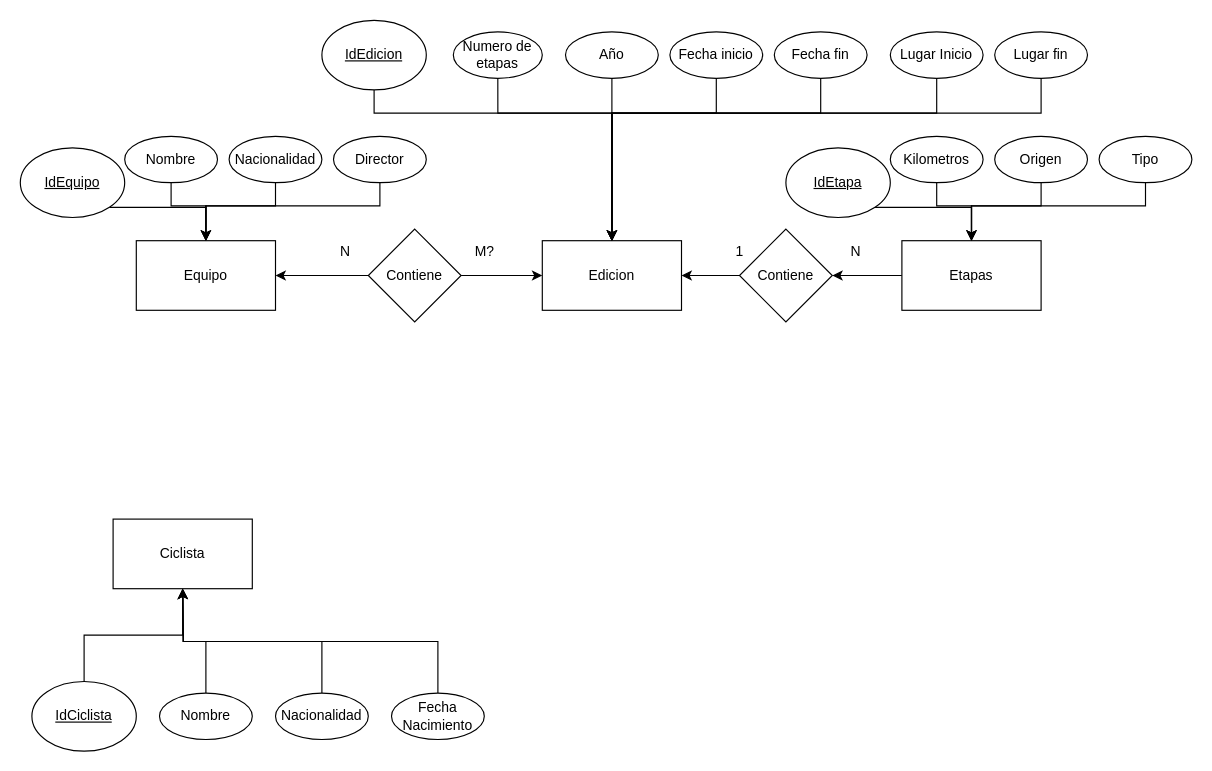
vnavacar/warm-up keeps this draw.io diagram as basesdedatos2.drawio. Above is the earlier version. Source tidied: cells renumbered, new cells numbered last; positions are measured from the earlier drawing's top-left corner, leaving out a move shared by most shapes. Both pictures are drawn from the tidied source at 116%, with x=0, y=0 at pixel (20, 20).
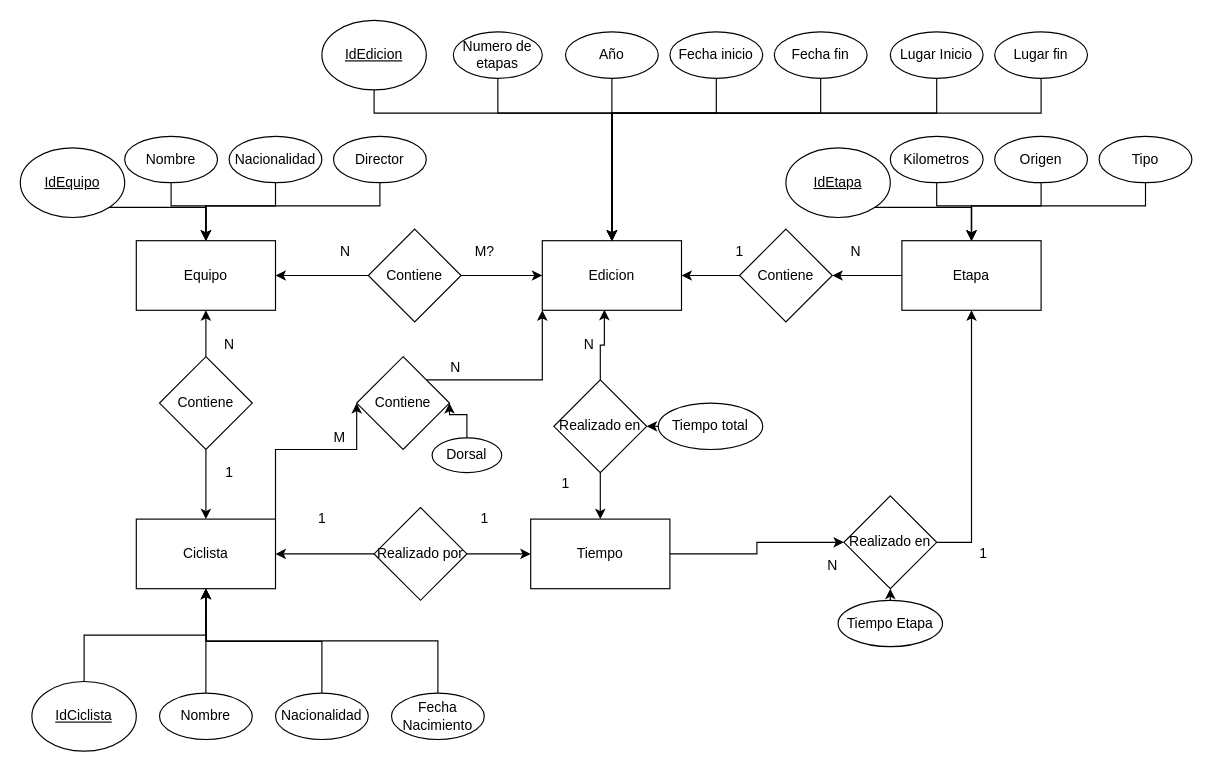
Above is the later version.

Unchanged cells that the change refers to:
```xml
<mxCell id="2" value="Edicion" style="whiteSpace=wrap;html=1;" parent="1" vertex="1">
  <mxGeometry x="450" y="190" width="120" height="60" as="geometry" />
</mxCell>
<mxCell id="31" value="Equipo" style="rounded=0;whiteSpace=wrap;html=1;" parent="1" vertex="1">
  <mxGeometry x="100" y="190" width="120" height="60" as="geometry" />
</mxCell>
<mxCell id="49" value="Nombre" style="ellipse;whiteSpace=wrap;html=1;" parent="1" vertex="1">
  <mxGeometry x="120" y="580" width="80" height="40" as="geometry" />
</mxCell>
<mxCell id="51" value="Nacionalidad" style="ellipse;whiteSpace=wrap;html=1;" parent="1" vertex="1">
  <mxGeometry x="220" y="580" width="80" height="40" as="geometry" />
</mxCell>
<mxCell id="53" value="Fecha Nacimiento" style="ellipse;whiteSpace=wrap;html=1;" parent="1" vertex="1">
  <mxGeometry x="320" y="580" width="80" height="40" as="geometry" />
</mxCell>
```

Diff of the diagram source:
```diff
@@
-    <mxCell id="18" value="Etapas" style="rounded=0;whiteSpace=wrap;html=1;" parent="1" vertex="1">
+    <mxCell id="18" value="Etapa" style="rounded=0;whiteSpace=wrap;html=1;" parent="1" vertex="1">
       <mxGeometry x="760" y="190" width="120" height="60" as="geometry" />
     </mxCell>
@@
+    <mxCell id="54" style="edgeStyle=orthogonalEdgeStyle;rounded=0;jettySize=auto;html=1;exitX=1;exitY=0;exitDx=0;exitDy=0;entryX=0;entryY=0.5;entryDx=0;entryDy=0;" parent="1" edge="1" source="45" target="84">
+      <mxGeometry relative="1" as="geometry">
+        <Array as="points">
+          <mxPoint x="220" y="370" />
+          <mxPoint x="290" y="370" />
+        </Array>
+      </mxGeometry>
+    </mxCell>
     <mxCell id="45" value="Ciclista" style="rounded=0;whiteSpace=wrap;html=1;" parent="1" vertex="1">
-      <mxGeometry x="80" y="430" width="120" height="60" as="geometry" />
+      <mxGeometry x="100" y="430" width="120" height="60" as="geometry" />
     </mxCell>
@@
-    <mxCell id="48" style="edgeStyle=orthogonalEdgeStyle;rounded=0;jettySize=auto;html=1;exitX=0.5;exitY=0;exitDx=0;exitDy=0;" parent="1" edge="1" source="49">
-      <mxGeometry relative="1" as="geometry">
-        <mxPoint x="140" y="490" as="targetPoint" />
-      </mxGeometry>
-    </mxCell>
+    <mxCell id="55" style="edgeStyle=orthogonalEdgeStyle;rounded=0;jettySize=auto;html=1;exitX=0.5;exitY=0;exitDx=0;exitDy=0;entryX=0.5;entryY=1;entryDx=0;entryDy=0;" parent="1" edge="1" source="49" target="45">
+      <mxGeometry relative="1" as="geometry" />
+    </mxCell>
@@
-    <mxCell id="50" style="edgeStyle=orthogonalEdgeStyle;rounded=0;jettySize=auto;html=1;exitX=0.5;exitY=0;exitDx=0;exitDy=0;" parent="1" edge="1" source="51">
-      <mxGeometry relative="1" as="geometry">
-        <mxPoint x="140" y="490" as="targetPoint" />
-      </mxGeometry>
-    </mxCell>
+    <mxCell id="56" style="edgeStyle=orthogonalEdgeStyle;rounded=0;jettySize=auto;html=1;exitX=0.5;exitY=0;exitDx=0;exitDy=0;" parent="1" edge="1" source="51">
+      <mxGeometry relative="1" as="geometry">
+        <mxPoint x="160" y="490" as="targetPoint" />
+      </mxGeometry>
+    </mxCell>
@@
-    <mxCell id="52" style="edgeStyle=orthogonalEdgeStyle;rounded=0;jettySize=auto;html=1;exitX=0.5;exitY=0;exitDx=0;exitDy=0;" parent="1" edge="1" source="53">
-      <mxGeometry relative="1" as="geometry">
-        <mxPoint x="140" y="490" as="targetPoint" />
-      </mxGeometry>
-    </mxCell>
+    <mxCell id="57" style="edgeStyle=orthogonalEdgeStyle;rounded=0;jettySize=auto;html=1;exitX=0.5;exitY=0;exitDx=0;exitDy=0;entryX=0.5;entryY=1;entryDx=0;entryDy=0;" parent="1" edge="1" source="53" target="45">
+      <mxGeometry relative="1" as="geometry" />
+    </mxCell>
@@
+    <mxCell id="58" style="edgeStyle=orthogonalEdgeStyle;rounded=0;jettySize=auto;html=1;exitX=0.5;exitY=1;exitDx=0;exitDy=0;entryX=0.5;entryY=0;entryDx=0;entryDy=0;" parent="1" edge="1" source="60" target="45">
+      <mxGeometry relative="1" as="geometry" />
+    </mxCell>
+    <mxCell id="59" style="edgeStyle=orthogonalEdgeStyle;rounded=0;jettySize=auto;html=1;exitX=0.5;exitY=0;exitDx=0;exitDy=0;entryX=0.5;entryY=1;entryDx=0;entryDy=0;" parent="1" edge="1" source="60" target="31">
+      <mxGeometry relative="1" as="geometry" />
+    </mxCell>
+    <mxCell id="60" value="Contiene" style="rhombus;whiteSpace=wrap;html=1;" parent="1" vertex="1">
+      <mxGeometry x="120" y="290" width="80" height="80" as="geometry" />
+    </mxCell>
+    <mxCell id="61" value="1" style="text;html=1;align=center;verticalAlign=middle;strokeColor=none;fillColor=none;" parent="1" vertex="1">
+      <mxGeometry x="170" y="380" width="20" height="20" as="geometry" />
+    </mxCell>
+    <mxCell id="62" value="N" style="text;html=1;align=center;verticalAlign=middle;strokeColor=none;fillColor=none;" parent="1" vertex="1">
+      <mxGeometry x="170" y="270" width="20" height="20" as="geometry" />
+    </mxCell>
+    <mxCell id="63" style="edgeStyle=orthogonalEdgeStyle;rounded=0;jettySize=auto;html=1;exitX=1;exitY=0.5;exitDx=0;exitDy=0;entryX=0;entryY=0.5;entryDx=0;entryDy=0;" parent="1" edge="1" source="64" target="76">
+      <mxGeometry relative="1" as="geometry" />
+    </mxCell>
+    <mxCell id="64" value="Tiempo" style="whiteSpace=wrap;html=1;" parent="1" vertex="1">
+      <mxGeometry x="440" y="430" width="120" height="60" as="geometry" />
+    </mxCell>
+    <mxCell id="65" style="edgeStyle=orthogonalEdgeStyle;rounded=0;jettySize=auto;html=1;exitX=0.5;exitY=1;exitDx=0;exitDy=0;entryX=0.5;entryY=0;entryDx=0;entryDy=0;" parent="1" edge="1" source="67" target="64">
+      <mxGeometry relative="1" as="geometry" />
+    </mxCell>
+    <mxCell id="66" style="edgeStyle=orthogonalEdgeStyle;rounded=0;jettySize=auto;html=1;exitX=0.5;exitY=0;exitDx=0;exitDy=0;entryX=0.446;entryY=0.992;entryDx=0;entryDy=0;entryPerimeter=0;" parent="1" edge="1" source="67" target="2">
+      <mxGeometry relative="1" as="geometry" />
+    </mxCell>
+    <mxCell id="67" value="Realizado en" style="rhombus;whiteSpace=wrap;html=1;" parent="1" vertex="1">
+      <mxGeometry x="460" y="310" width="80" height="80" as="geometry" />
+    </mxCell>
+    <mxCell id="68" style="edgeStyle=orthogonalEdgeStyle;rounded=0;jettySize=auto;html=1;exitX=1;exitY=0.5;exitDx=0;exitDy=0;entryX=0;entryY=0.5;entryDx=0;entryDy=0;" parent="1" edge="1" source="70" target="64">
+      <mxGeometry relative="1" as="geometry" />
+    </mxCell>
+    <mxCell id="69" style="edgeStyle=orthogonalEdgeStyle;rounded=0;jettySize=auto;html=1;exitX=0;exitY=0.5;exitDx=0;exitDy=0;entryX=1;entryY=0.5;entryDx=0;entryDy=0;" parent="1" edge="1" source="70" target="45">
+      <mxGeometry relative="1" as="geometry" />
+    </mxCell>
+    <mxCell id="70" value="Realizado por" style="rhombus;whiteSpace=wrap;html=1;" parent="1" vertex="1">
+      <mxGeometry x="305" y="420" width="80" height="80" as="geometry" />
+    </mxCell>
+    <mxCell id="71" value="1" style="text;html=1;align=center;verticalAlign=middle;strokeColor=none;fillColor=none;" parent="1" vertex="1">
+      <mxGeometry x="390" y="420" width="20" height="20" as="geometry" />
+    </mxCell>
+    <mxCell id="72" value="1" style="text;html=1;align=center;verticalAlign=middle;strokeColor=none;fillColor=none;" parent="1" vertex="1">
+      <mxGeometry x="460" y="390" width="20" height="20" as="geometry" />
+    </mxCell>
+    <mxCell id="73" value="N" style="text;html=1;align=center;verticalAlign=middle;strokeColor=none;fillColor=none;" parent="1" vertex="1">
+      <mxGeometry x="480" y="270" width="20" height="20" as="geometry" />
+    </mxCell>
+    <mxCell id="74" value="1" style="text;html=1;align=center;verticalAlign=middle;strokeColor=none;fillColor=none;" parent="1" vertex="1">
+      <mxGeometry x="250" y="420" width="20" height="20" as="geometry" />
+    </mxCell>
+    <mxCell id="75" style="edgeStyle=orthogonalEdgeStyle;rounded=0;jettySize=auto;html=1;exitX=1;exitY=0.5;exitDx=0;exitDy=0;entryX=0.5;entryY=1;entryDx=0;entryDy=0;" parent="1" edge="1" source="76" target="18">
+      <mxGeometry relative="1" as="geometry" />
+    </mxCell>
+    <mxCell id="76" value="Realizado en" style="rhombus;whiteSpace=wrap;html=1;" parent="1" vertex="1">
+      <mxGeometry x="710" y="410" width="80" height="80" as="geometry" />
+    </mxCell>
+    <mxCell id="77" style="edgeStyle=orthogonalEdgeStyle;rounded=0;jettySize=auto;html=1;exitX=0;exitY=0.5;exitDx=0;exitDy=0;entryX=1;entryY=0.5;entryDx=0;entryDy=0;" parent="1" edge="1" source="78" target="67">
+      <mxGeometry relative="1" as="geometry" />
+    </mxCell>
+    <mxCell id="78" value="Tiempo total" style="ellipse;whiteSpace=wrap;html=1;" parent="1" vertex="1">
+      <mxGeometry x="550" y="330" width="90" height="40" as="geometry" />
+    </mxCell>
+    <mxCell id="79" style="edgeStyle=orthogonalEdgeStyle;rounded=0;jettySize=auto;html=1;exitX=0.5;exitY=0;exitDx=0;exitDy=0;entryX=0.5;entryY=1;entryDx=0;entryDy=0;" parent="1" edge="1" source="80" target="76">
+      <mxGeometry relative="1" as="geometry" />
+    </mxCell>
+    <mxCell id="80" value="Tiempo Etapa" style="ellipse;whiteSpace=wrap;html=1;" parent="1" vertex="1">
+      <mxGeometry x="705" y="500" width="90" height="40" as="geometry" />
+    </mxCell>
+    <mxCell id="81" value="N" style="text;html=1;align=center;verticalAlign=middle;strokeColor=none;fillColor=none;" parent="1" vertex="1">
+      <mxGeometry x="690" y="460" width="20" height="20" as="geometry" />
+    </mxCell>
+    <mxCell id="82" value="1" style="text;html=1;align=center;verticalAlign=middle;strokeColor=none;fillColor=none;" parent="1" vertex="1">
+      <mxGeometry x="820" y="450" width="20" height="20" as="geometry" />
+    </mxCell>
+    <mxCell id="83" style="edgeStyle=orthogonalEdgeStyle;rounded=0;jettySize=auto;html=1;exitX=1;exitY=0;exitDx=0;exitDy=0;entryX=0;entryY=1;entryDx=0;entryDy=0;" parent="1" edge="1" source="84" target="2">
+      <mxGeometry relative="1" as="geometry" />
+    </mxCell>
+    <mxCell id="84" value="Contiene" style="rhombus;whiteSpace=wrap;html=1;" parent="1" vertex="1">
+      <mxGeometry x="290" y="290" width="80" height="80" as="geometry" />
+    </mxCell>
+    <mxCell id="85" value="M" style="text;html=1;align=center;verticalAlign=middle;strokeColor=none;fillColor=none;" parent="1" vertex="1">
+      <mxGeometry x="260" y="350" width="30" height="20" as="geometry" />
+    </mxCell>
+    <mxCell id="86" value="N" style="text;html=1;align=center;verticalAlign=middle;strokeColor=none;fillColor=none;" parent="1" vertex="1">
+      <mxGeometry x="365" y="290" width="20" height="20" as="geometry" />
+    </mxCell>
+    <mxCell id="87" style="edgeStyle=orthogonalEdgeStyle;rounded=0;jettySize=auto;html=1;exitX=0.5;exitY=0;exitDx=0;exitDy=0;entryX=1;entryY=0.5;entryDx=0;entryDy=0;" parent="1" edge="1" source="88" target="84">
+      <mxGeometry relative="1" as="geometry">
+        <Array as="points">
+          <mxPoint x="385" y="340" />
+          <mxPoint x="370" y="340" />
+        </Array>
+      </mxGeometry>
+    </mxCell>
+    <mxCell id="88" value="Dorsal" style="ellipse;whiteSpace=wrap;html=1;" parent="1" vertex="1">
+      <mxGeometry x="355" y="360" width="60" height="30" as="geometry" />
+    </mxCell>
```
